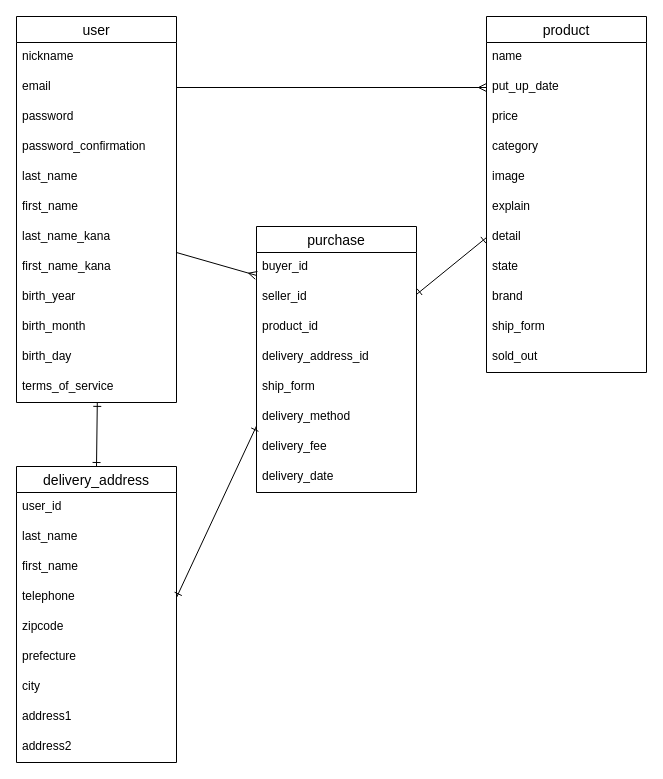
Earlier version of the draw.io diagram ER.dio (masato-kobayashi5427/furima-38642). Source tidied: cells renumbered, new cells numbered last; positions are measured from the earlier drawing's top-left corner, leaving out a move shared by most shapes. Both pictures are drawn from the tidied source at 100%, with x=0, y=0 at pixel (16, 16).
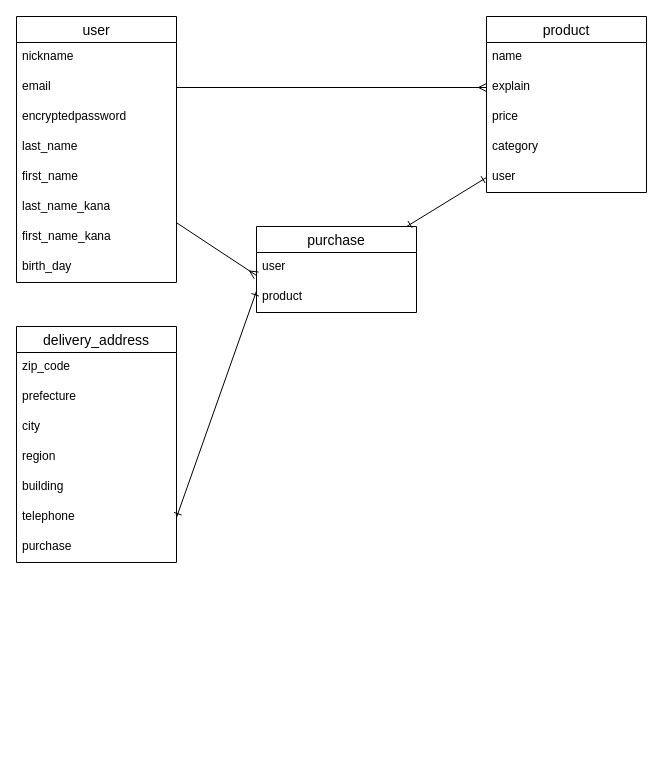
The same diagram, later.

Commit message (it also covers changes not shown here):
README及びER図の修正

Unchanged cells that the change refers to:
```xml
<mxCell id="4" value="email" style="text;strokeColor=none;fillColor=none;spacingLeft=4;spacingRight=4;overflow=hidden;points=[[0,0.5],[1,0.5]];portConstraint=eastwest;fontSize=12;" parent="2" vertex="1">
  <mxGeometry y="56" width="160" height="30" as="geometry" />
</mxCell>
```

Change to the diagram source:
```diff
@@
     <mxCell id="2" value="user" style="swimlane;fontStyle=0;horizontal=1;startSize=26;align=center;fontSize=14;" parent="1" vertex="1">
-      <mxGeometry width="160" height="386" as="geometry" />
+      <mxGeometry width="160" height="266" as="geometry" />
     </mxCell>
@@
-    <mxCell id="5" value="password" style="text;strokeColor=none;fillColor=none;spacingLeft=4;spacingRight=4;overflow=hidden;fontSize=12;" parent="2" vertex="1">
+    <mxCell id="5" value="encryptedpassword" style="text;strokeColor=none;fillColor=none;spacingLeft=4;spacingRight=4;overflow=hidden;fontSize=12;" parent="2" vertex="1">
       <mxGeometry y="86" width="160" height="30" as="geometry" />
     </mxCell>
-    <mxCell id="6" value="password_confirmation" style="text;strokeColor=none;fillColor=none;spacingLeft=4;spacingRight=4;overflow=hidden;fontSize=12;" parent="2" vertex="1">
-      <mxGeometry y="116" width="160" height="30" as="geometry" />
-    </mxCell>
     <mxCell id="7" value="last_name" style="text;strokeColor=none;fillColor=none;spacingLeft=4;spacingRight=4;overflow=hidden;fontSize=12;" parent="2" vertex="1">
-      <mxGeometry y="146" width="160" height="30" as="geometry" />
+      <mxGeometry y="116" width="160" height="30" as="geometry" />
     </mxCell>
     <mxCell id="8" value="first_name" style="text;strokeColor=none;fillColor=none;spacingLeft=4;spacingRight=4;overflow=hidden;fontSize=12;" parent="2" vertex="1">
-      <mxGeometry y="176" width="160" height="30" as="geometry" />
+      <mxGeometry y="146" width="160" height="30" as="geometry" />
     </mxCell>
     <mxCell id="9" value="last_name_kana" style="text;strokeColor=none;fillColor=none;spacingLeft=4;spacingRight=4;overflow=hidden;points=[[0,0.5],[1,0.5]];portConstraint=eastwest;fontSize=12;" parent="2" vertex="1">
-      <mxGeometry y="206" width="160" height="30" as="geometry" />
+      <mxGeometry y="176" width="160" height="30" as="geometry" />
     </mxCell>
     <mxCell id="10" value="first_name_kana" style="text;strokeColor=none;fillColor=none;spacingLeft=4;spacingRight=4;overflow=hidden;fontSize=12;" parent="2" vertex="1">
-      <mxGeometry y="236" width="160" height="30" as="geometry" />
+      <mxGeometry y="206" width="160" height="30" as="geometry" />
     </mxCell>
-    <mxCell id="11" value="birth_year" style="text;strokeColor=none;fillColor=none;spacingLeft=4;spacingRight=4;overflow=hidden;fontSize=12;" parent="2" vertex="1">
-      <mxGeometry y="266" width="160" height="30" as="geometry" />
-    </mxCell>
-    <mxCell id="12" value="birth_month" style="text;strokeColor=none;fillColor=none;spacingLeft=4;spacingRight=4;overflow=hidden;fontSize=12;" parent="2" vertex="1">
-      <mxGeometry y="296" width="160" height="30" as="geometry" />
-    </mxCell>
     <mxCell id="13" value="birth_day" style="text;strokeColor=none;fillColor=none;spacingLeft=4;spacingRight=4;overflow=hidden;fontSize=12;" parent="2" vertex="1">
-      <mxGeometry y="326" width="160" height="30" as="geometry" />
+      <mxGeometry y="236" width="160" height="30" as="geometry" />
     </mxCell>
-    <mxCell id="14" value="terms_of_service" style="text;strokeColor=none;fillColor=none;spacingLeft=4;spacingRight=4;overflow=hidden;points=[[0,0.5],[1,0.5]];portConstraint=eastwest;fontSize=12;" parent="2" vertex="1">
-      <mxGeometry y="356" width="160" height="30" as="geometry" />
-    </mxCell>
     <mxCell id="15" value="product" style="swimlane;fontStyle=0;horizontal=1;startSize=26;align=center;fontSize=14;" parent="1" vertex="1">
-      <mxGeometry x="470" width="160" height="356" as="geometry" />
+      <mxGeometry x="470" width="160" height="176" as="geometry" />
     </mxCell>
@@
-    <mxCell id="17" value="put_up_date" style="text;strokeColor=none;fillColor=none;spacingLeft=4;spacingRight=4;overflow=hidden;points=[[0,0.5],[1,0.5]];portConstraint=eastwest;fontSize=12;" parent="15" vertex="1">
-      <mxGeometry y="56" width="160" height="30" as="geometry" />
-    </mxCell>
+    <mxCell id="21" value="explain" style="text;strokeColor=none;fillColor=none;spacingLeft=4;spacingRight=4;overflow=hidden;fontSize=12;" parent="15" vertex="1">
+      <mxGeometry y="56" width="160" height="30" as="geometry" />
+    </mxCell>
@@
-    <mxCell id="20" value="image" style="text;strokeColor=none;fillColor=none;spacingLeft=4;spacingRight=4;overflow=hidden;fontSize=12;" parent="15" vertex="1">
-      <mxGeometry y="146" width="160" height="30" as="geometry" />
-    </mxCell>
-    <mxCell id="21" value="explain" style="text;strokeColor=none;fillColor=none;spacingLeft=4;spacingRight=4;overflow=hidden;fontSize=12;" parent="15" vertex="1">
-      <mxGeometry y="176" width="160" height="30" as="geometry" />
-    </mxCell>
-    <mxCell id="22" value="detail" style="text;strokeColor=none;fillColor=none;spacingLeft=4;spacingRight=4;overflow=hidden;points=[[0,0.5],[1,0.5]];portConstraint=eastwest;fontSize=12;" parent="15" vertex="1">
-      <mxGeometry y="206" width="160" height="30" as="geometry" />
-    </mxCell>
-    <mxCell id="23" value="state" style="text;strokeColor=none;fillColor=none;spacingLeft=4;spacingRight=4;overflow=hidden;fontSize=12;" parent="15" vertex="1">
-      <mxGeometry y="236" width="160" height="30" as="geometry" />
-    </mxCell>
-    <mxCell id="24" value="brand" style="text;strokeColor=none;fillColor=none;spacingLeft=4;spacingRight=4;overflow=hidden;fontSize=12;" parent="15" vertex="1">
-      <mxGeometry y="266" width="160" height="30" as="geometry" />
-    </mxCell>
-    <mxCell id="25" value="ship_form" style="text;strokeColor=none;fillColor=none;spacingLeft=4;spacingRight=4;overflow=hidden;fontSize=12;" parent="15" vertex="1">
-      <mxGeometry y="296" width="160" height="30" as="geometry" />
-    </mxCell>
-    <mxCell id="26" value="sold_out" style="text;strokeColor=none;fillColor=none;spacingLeft=4;spacingRight=4;overflow=hidden;fontSize=12;" parent="15" vertex="1">
-      <mxGeometry y="326" width="160" height="30" as="geometry" />
-    </mxCell>
+    <mxCell id="51" value="user" style="text;strokeColor=none;fillColor=none;spacingLeft=4;spacingRight=4;overflow=hidden;fontSize=12;" parent="15" vertex="1">
+      <mxGeometry y="146" width="160" height="30" as="geometry" />
+    </mxCell>
     <mxCell id="27" value="purchase" style="swimlane;fontStyle=0;horizontal=1;startSize=26;align=center;fontSize=14;" parent="1" vertex="1">
-      <mxGeometry x="240" y="210" width="160" height="266" as="geometry" />
+      <mxGeometry x="240" y="210" width="160" height="86" as="geometry" />
     </mxCell>
-    <mxCell id="28" value="buyer_id" style="text;strokeColor=none;fillColor=none;spacingLeft=4;spacingRight=4;overflow=hidden;points=[[0,0.5],[1,0.5]];portConstraint=eastwest;fontSize=12;" parent="27" vertex="1">
+    <mxCell id="28" value="user" style="text;strokeColor=none;fillColor=none;spacingLeft=4;spacingRight=4;overflow=hidden;points=[[0,0.5],[1,0.5]];portConstraint=eastwest;fontSize=12;" parent="27" vertex="1">
       <mxGeometry y="26" width="160" height="30" as="geometry" />
     </mxCell>
-    <mxCell id="29" value="seller_id" style="text;strokeColor=none;fillColor=none;spacingLeft=4;spacingRight=4;overflow=hidden;fontSize=12;" parent="27" vertex="1">
-      <mxGeometry y="56" width="160" height="30" as="geometry" />
-    </mxCell>
-    <mxCell id="30" value="product_id" style="text;strokeColor=none;fillColor=none;spacingLeft=4;spacingRight=4;overflow=hidden;fontSize=12;" parent="27" vertex="1">
-      <mxGeometry y="86" width="160" height="30" as="geometry" />
+    <mxCell id="30" value="product" style="text;strokeColor=none;fillColor=none;spacingLeft=4;spacingRight=4;overflow=hidden;fontSize=12;" parent="27" vertex="1">
+      <mxGeometry y="56" width="160" height="30" as="geometry" />
     </mxCell>
-    <mxCell id="31" value="delivery_address_id" style="text;strokeColor=none;fillColor=none;spacingLeft=4;spacingRight=4;overflow=hidden;fontSize=12;" parent="27" vertex="1">
-      <mxGeometry y="116" width="160" height="30" as="geometry" />
-    </mxCell>
-    <mxCell id="32" value="ship_form" style="text;strokeColor=none;fillColor=none;spacingLeft=4;spacingRight=4;overflow=hidden;fontSize=12;" parent="27" vertex="1">
-      <mxGeometry y="146" width="160" height="30" as="geometry" />
-    </mxCell>
-    <mxCell id="33" value="delivery_method" style="text;strokeColor=none;fillColor=none;spacingLeft=4;spacingRight=4;overflow=hidden;fontSize=12;" parent="27" vertex="1">
-      <mxGeometry y="176" width="160" height="30" as="geometry" />
-    </mxCell>
-    <mxCell id="34" value="delivery_fee" style="text;strokeColor=none;fillColor=none;spacingLeft=4;spacingRight=4;overflow=hidden;fontSize=12;" parent="27" vertex="1">
-      <mxGeometry y="206" width="160" height="30" as="geometry" />
-    </mxCell>
-    <mxCell id="35" value="delivery_date" style="text;strokeColor=none;fillColor=none;spacingLeft=4;spacingRight=4;overflow=hidden;fontSize=12;" parent="27" vertex="1">
-      <mxGeometry y="236" width="160" height="30" as="geometry" />
-    </mxCell>
     <mxCell id="36" value="delivery_address" style="swimlane;fontStyle=0;horizontal=1;startSize=26;align=center;fontSize=14;" parent="1" vertex="1">
-      <mxGeometry y="450" width="160" height="296" as="geometry" />
+      <mxGeometry y="310" width="160" height="236" as="geometry" />
     </mxCell>
-    <mxCell id="37" value="user_id" style="text;strokeColor=none;fillColor=none;spacingLeft=4;spacingRight=4;overflow=hidden;fontSize=12;" parent="36" vertex="1">
-      <mxGeometry y="26" width="160" height="30" as="geometry" />
-    </mxCell>
-    <mxCell id="38" value="last_name" style="text;strokeColor=none;fillColor=none;spacingLeft=4;spacingRight=4;overflow=hidden;fontSize=12;" parent="36" vertex="1">
-      <mxGeometry y="56" width="160" height="30" as="geometry" />
-    </mxCell>
-    <mxCell id="39" value="first_name" style="text;strokeColor=none;fillColor=none;spacingLeft=4;spacingRight=4;overflow=hidden;fontSize=12;" parent="36" vertex="1">
-      <mxGeometry y="86" width="160" height="30" as="geometry" />
-    </mxCell>
-    <mxCell id="40" value="telephone" style="text;strokeColor=none;fillColor=none;spacingLeft=4;spacingRight=4;overflow=hidden;points=[[0,0.5],[1,0.5]];portConstraint=eastwest;fontSize=12;" parent="36" vertex="1">
-      <mxGeometry y="116" width="160" height="30" as="geometry" />
-    </mxCell>
-    <mxCell id="41" value="zipcode" style="text;strokeColor=none;fillColor=none;spacingLeft=4;spacingRight=4;overflow=hidden;fontSize=12;" parent="36" vertex="1">
-      <mxGeometry y="146" width="160" height="30" as="geometry" />
+    <mxCell id="41" value="zip_code" style="text;strokeColor=none;fillColor=none;spacingLeft=4;spacingRight=4;overflow=hidden;fontSize=12;" parent="36" vertex="1">
+      <mxGeometry y="26" width="160" height="30" as="geometry" />
     </mxCell>
     <mxCell id="42" value="prefecture" style="text;strokeColor=none;fillColor=none;spacingLeft=4;spacingRight=4;overflow=hidden;fontSize=12;" parent="36" vertex="1">
-      <mxGeometry y="176" width="160" height="30" as="geometry" />
+      <mxGeometry y="56" width="160" height="30" as="geometry" />
     </mxCell>
     <mxCell id="43" value="city" style="text;strokeColor=none;fillColor=none;spacingLeft=4;spacingRight=4;overflow=hidden;fontSize=12;" parent="36" vertex="1">
-      <mxGeometry y="206" width="160" height="30" as="geometry" />
+      <mxGeometry y="86" width="160" height="30" as="geometry" />
     </mxCell>
-    <mxCell id="44" value="address1" style="text;strokeColor=none;fillColor=none;spacingLeft=4;spacingRight=4;overflow=hidden;fontSize=12;" parent="36" vertex="1">
-      <mxGeometry y="236" width="160" height="30" as="geometry" />
+    <mxCell id="44" value="region" style="text;strokeColor=none;fillColor=none;spacingLeft=4;spacingRight=4;overflow=hidden;fontSize=12;" parent="36" vertex="1">
+      <mxGeometry y="116" width="160" height="30" as="geometry" />
     </mxCell>
-    <mxCell id="45" value="address2" style="text;strokeColor=none;fillColor=none;spacingLeft=4;spacingRight=4;overflow=hidden;fontSize=12;" parent="36" vertex="1">
-      <mxGeometry y="266" width="160" height="30" as="geometry" />
+    <mxCell id="45" value="building" style="text;strokeColor=none;fillColor=none;spacingLeft=4;spacingRight=4;overflow=hidden;fontSize=12;" parent="36" vertex="1">
+      <mxGeometry y="146" width="160" height="30" as="geometry" />
     </mxCell>
+    <mxCell id="40" value="telephone" style="text;strokeColor=none;fillColor=none;spacingLeft=4;spacingRight=4;overflow=hidden;points=[[0,0.5],[1,0.5]];portConstraint=eastwest;fontSize=12;" parent="36" vertex="1">
+      <mxGeometry y="176" width="160" height="30" as="geometry" />
+    </mxCell>
+    <mxCell id="52" value="purchase" style="text;strokeColor=none;fillColor=none;spacingLeft=4;spacingRight=4;overflow=hidden;fontSize=12;" parent="36" vertex="1">
+      <mxGeometry y="206" width="160" height="30" as="geometry" />
+    </mxCell>
-    <mxCell id="46" style="edgeStyle=none;html=1;exitX=1;exitY=0.5;exitDx=0;exitDy=0;entryX=0;entryY=0.5;entryDx=0;entryDy=0;endArrow=ERmany;endFill=0;" parent="1" edge="1" source="4" target="17">
-      <mxGeometry relative="1" as="geometry" />
+    <mxCell id="46" style="edgeStyle=none;html=1;exitX=1;exitY=0.5;exitDx=0;exitDy=0;entryX=0;entryY=0.5;entryDx=0;entryDy=0;endArrow=ERmany;endFill=0;" parent="1" edge="1" source="4">
+      <mxGeometry relative="1" as="geometry">
+        <mxPoint x="470" y="71" as="targetPoint" />
+      </mxGeometry>
     </mxCell>
@@
-    <mxCell id="48" style="edgeStyle=none;html=1;exitX=0;exitY=0.5;exitDx=0;exitDy=0;startArrow=ERone;startFill=0;endArrow=ERone;endFill=0;" parent="1" edge="1" source="22" target="27">
-      <mxGeometry relative="1" as="geometry" />
+    <mxCell id="48" style="edgeStyle=none;html=1;exitX=0;exitY=0.5;exitDx=0;exitDy=0;startArrow=ERone;startFill=0;endArrow=ERone;endFill=0;" parent="1" edge="1" target="27">
+      <mxGeometry relative="1" as="geometry">
+        <mxPoint x="470" y="161" as="sourcePoint" />
+      </mxGeometry>
     </mxCell>
-    <mxCell id="49" style="edgeStyle=none;html=1;startArrow=ERone;startFill=0;endArrow=ERone;endFill=0;entryX=0.5;entryY=0;entryDx=0;entryDy=0;exitX=0.505;exitY=0.996;exitDx=0;exitDy=0;exitPerimeter=0;" parent="1" edge="1" source="14" target="36">
-      <mxGeometry relative="1" as="geometry" />
-    </mxCell>
```
